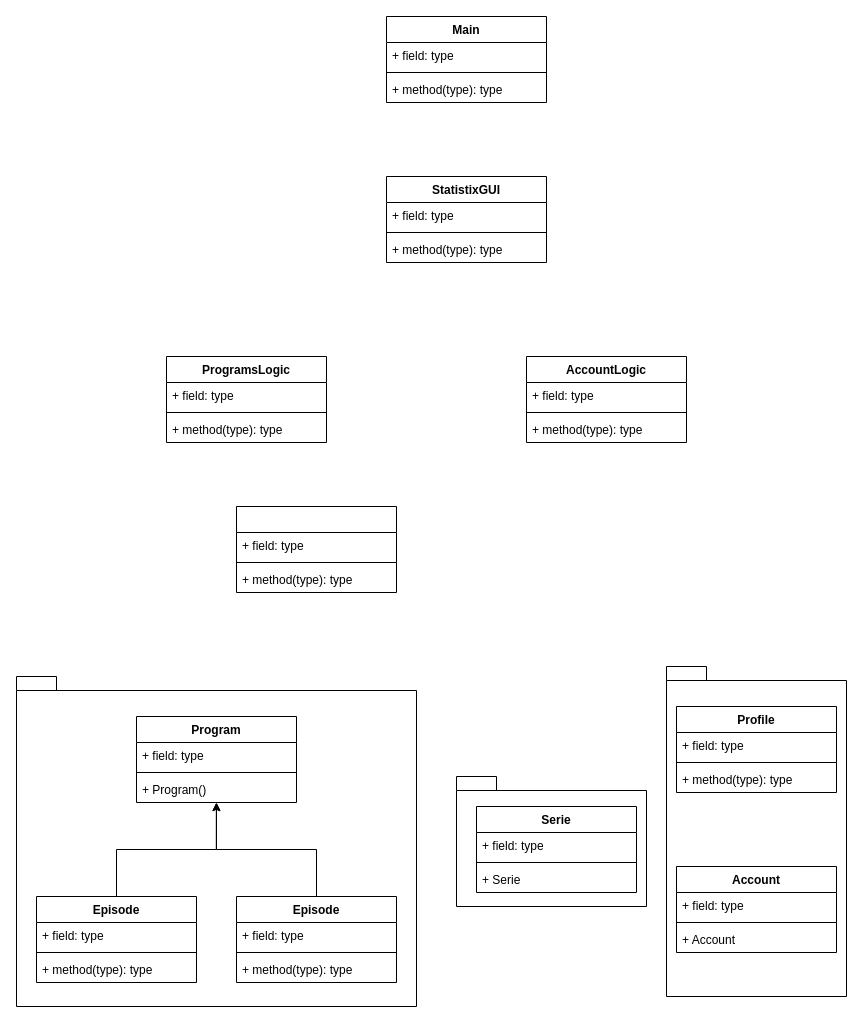
Above: Netflix Statistix ERD & UML/Netflix Statistix UML.drawio in GreenAtmoz/Informatica-Year-1.2-Netflix-Statistix (draw.io), before the change. Source tidied: cells renumbered, new cells numbered last; positions are measured from the earlier drawing's top-left corner, leaving out a move shared by most shapes. Both pictures are drawn from the tidied source at 100%, with x=0, y=0 at pixel (16, 16).
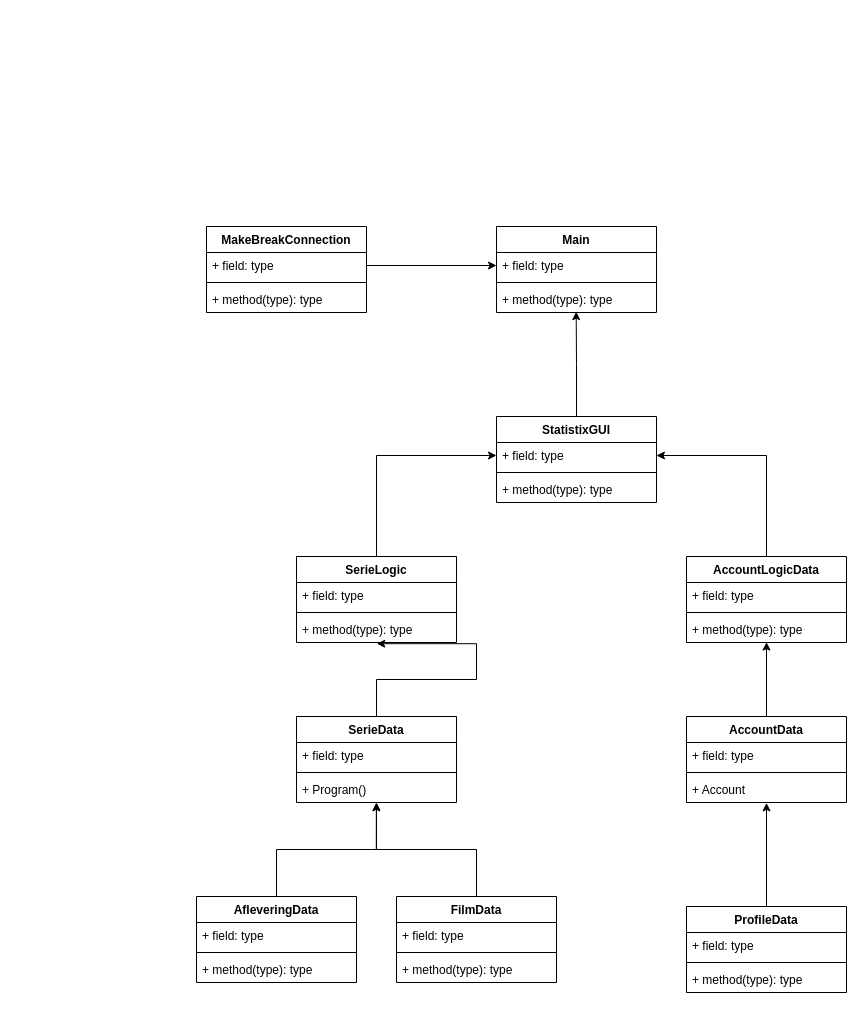
The same diagram, later.

The change refers to these unchanged cells:
```xml
<mxCell id="4" value="+ field: type" style="text;strokeColor=none;fillColor=none;align=left;verticalAlign=top;spacingLeft=4;spacingRight=4;overflow=hidden;points=[[0,0.5],[1,0.5]];portConstraint=eastwest;" parent="3" vertex="1">
  <mxGeometry y="26" width="160" height="26" as="geometry" />
</mxCell>
<mxCell id="11" value="+ method(type): type" style="text;strokeColor=none;fillColor=none;align=left;verticalAlign=top;spacingLeft=4;spacingRight=4;overflow=hidden;points=[[0,0.5],[1,0.5]];portConstraint=eastwest;" parent="8" vertex="1">
  <mxGeometry y="60" width="160" height="26" as="geometry" />
</mxCell>
<mxCell id="15" value="+ method(type): type" style="text;strokeColor=none;fillColor=none;align=left;verticalAlign=top;spacingLeft=4;spacingRight=4;overflow=hidden;points=[[0,0.5],[1,0.5]];portConstraint=eastwest;" parent="12" vertex="1">
  <mxGeometry y="60" width="160" height="26" as="geometry" />
</mxCell>
<mxCell id="28" value="+ Account" style="text;strokeColor=none;fillColor=none;align=left;verticalAlign=top;spacingLeft=4;spacingRight=4;overflow=hidden;points=[[0,0.5],[1,0.5]];portConstraint=eastwest;" parent="25" vertex="1">
  <mxGeometry y="60" width="160" height="26" as="geometry" />
</mxCell>
<mxCell id="39" value="+ field: type" style="text;strokeColor=none;fillColor=none;align=left;verticalAlign=top;spacingLeft=4;spacingRight=4;overflow=hidden;points=[[0,0.5],[1,0.5]];portConstraint=eastwest;" parent="38" vertex="1">
  <mxGeometry y="26" width="160" height="26" as="geometry" />
</mxCell>
<mxCell id="41" value="+ method(type): type" style="text;strokeColor=none;fillColor=none;align=left;verticalAlign=top;spacingLeft=4;spacingRight=4;overflow=hidden;points=[[0,0.5],[1,0.5]];portConstraint=eastwest;" parent="38" vertex="1">
  <mxGeometry y="60" width="160" height="26" as="geometry" />
</mxCell>
```

The edit, as a diff of the source:
```diff
@@
-    <mxCell id="2" style="shape=folder;fontStyle=1;spacingTop=10;tabWidth=40;tabHeight=14;tabPosition=left;html=1;" parent="1" vertex="1">
-      <mxGeometry y="660" width="400" height="330" as="geometry" />
-    </mxCell>
+    <mxCell id="51" style="edgeStyle=orthogonalEdgeStyle;rounded=0;jettySize=auto;html=1;exitX=0.5;exitY=0;exitDx=0;exitDy=0;entryX=0.498;entryY=0.969;entryDx=0;entryDy=0;entryPerimeter=0;" parent="1" edge="1" source="3" target="41">
+      <mxGeometry relative="1" as="geometry" />
+    </mxCell>
     <mxCell id="3" value="StatistixGUI" style="swimlane;fontStyle=1;align=center;verticalAlign=top;horizontal=1;startSize=26;" parent="1" vertex="1">
-      <mxGeometry x="370" y="160" width="160" height="86" as="geometry" />
+      <mxGeometry x="480" y="400" width="160" height="86" as="geometry" />
     </mxCell>
@@
-    <mxCell id="7" style="shape=folder;fontStyle=1;spacingTop=10;tabWidth=40;tabHeight=14;tabPosition=left;html=1;" parent="1" vertex="1">
-      <mxGeometry x="650" y="650" width="180" height="330" as="geometry" />
-    </mxCell>
+    <mxCell id="52" style="edgeStyle=orthogonalEdgeStyle;rounded=0;jettySize=auto;html=1;exitX=0.5;exitY=0;exitDx=0;exitDy=0;entryX=1;entryY=0.5;entryDx=0;entryDy=0;" parent="1" edge="1" source="8" target="4">
+      <mxGeometry relative="1" as="geometry" />
+    </mxCell>
-    <mxCell id="8" value="AccountLogic" style="swimlane;fontStyle=1;align=center;verticalAlign=top;horizontal=1;startSize=26;" parent="1" vertex="1">
-      <mxGeometry x="510" y="340" width="160" height="86" as="geometry" />
+    <mxCell id="8" value="AccountLogicData" style="swimlane;fontStyle=1;align=center;verticalAlign=top;horizontal=1;startSize=26;" parent="1" vertex="1">
+      <mxGeometry x="670" y="540" width="160" height="86" as="geometry" />
     </mxCell>
@@
+    <mxCell id="53" style="edgeStyle=orthogonalEdgeStyle;rounded=0;jettySize=auto;html=1;exitX=0.5;exitY=0;exitDx=0;exitDy=0;entryX=0;entryY=0.5;entryDx=0;entryDy=0;" parent="1" edge="1" source="12" target="4">
+      <mxGeometry relative="1" as="geometry" />
+    </mxCell>
-    <mxCell id="12" value="ProgramsLogic" style="swimlane;fontStyle=1;align=center;verticalAlign=top;horizontal=1;startSize=26;" parent="1" vertex="1">
-      <mxGeometry x="150" y="340" width="160" height="86" as="geometry" />
+    <mxCell id="12" value="SerieLogic" style="swimlane;fontStyle=1;align=center;verticalAlign=top;horizontal=1;startSize=26;" parent="1" vertex="1">
+      <mxGeometry x="280" y="540" width="160" height="86" as="geometry" />
     </mxCell>
@@
+    <mxCell id="54" style="edgeStyle=orthogonalEdgeStyle;rounded=0;jettySize=auto;html=1;exitX=0.5;exitY=0;exitDx=0;exitDy=0;entryX=0.502;entryY=1.046;entryDx=0;entryDy=0;entryPerimeter=0;" parent="1" edge="1" source="16" target="15">
+      <mxGeometry relative="1" as="geometry" />
+    </mxCell>
-    <mxCell id="16" value="Program" style="swimlane;fontStyle=1;align=center;verticalAlign=top;horizontal=1;startSize=26;" parent="1" vertex="1">
-      <mxGeometry x="120" y="700" width="160" height="86" as="geometry" />
+    <mxCell id="16" value="SerieData" style="swimlane;fontStyle=1;align=center;verticalAlign=top;horizontal=1;startSize=26;" parent="1" vertex="1">
+      <mxGeometry x="280" y="700" width="160" height="86" as="geometry" />
     </mxCell>
@@
-    <mxCell id="21" value="Episode" style="swimlane;fontStyle=1;align=center;verticalAlign=top;horizontal=1;startSize=26;" parent="1" vertex="1">
-      <mxGeometry x="20" y="880" width="160" height="86" as="geometry" />
+    <mxCell id="21" value="AfleveringData" style="swimlane;fontStyle=1;align=center;verticalAlign=top;horizontal=1;startSize=26;" parent="1" vertex="1">
+      <mxGeometry x="180" y="880" width="160" height="86" as="geometry" />
     </mxCell>
@@
+    <mxCell id="55" style="edgeStyle=orthogonalEdgeStyle;rounded=0;jettySize=auto;html=1;exitX=0.5;exitY=0;exitDx=0;exitDy=0;entryX=0.5;entryY=0.985;entryDx=0;entryDy=0;entryPerimeter=0;" parent="1" edge="1" source="25" target="11">
+      <mxGeometry relative="1" as="geometry" />
+    </mxCell>
-    <mxCell id="25" value="Account" style="swimlane;fontStyle=1;align=center;verticalAlign=top;horizontal=1;startSize=26;" parent="1" vertex="1">
-      <mxGeometry x="660" y="850" width="160" height="86" as="geometry" />
+    <mxCell id="25" value="AccountData" style="swimlane;fontStyle=1;align=center;verticalAlign=top;horizontal=1;startSize=26;" parent="1" vertex="1">
+      <mxGeometry x="670" y="700" width="160" height="86" as="geometry" />
     </mxCell>
@@
+    <mxCell id="56" style="edgeStyle=orthogonalEdgeStyle;rounded=0;jettySize=auto;html=1;exitX=0.5;exitY=0;exitDx=0;exitDy=0;entryX=0.5;entryY=1.015;entryDx=0;entryDy=0;entryPerimeter=0;" parent="1" edge="1" source="29" target="28">
+      <mxGeometry relative="1" as="geometry" />
+    </mxCell>
-    <mxCell id="29" value="Profile" style="swimlane;fontStyle=1;align=center;verticalAlign=top;horizontal=1;startSize=26;" parent="1" vertex="1">
-      <mxGeometry x="660" y="690" width="160" height="86" as="geometry" />
+    <mxCell id="29" value="ProfileData" style="swimlane;fontStyle=1;align=center;verticalAlign=top;horizontal=1;startSize=26;" parent="1" vertex="1">
+      <mxGeometry x="670" y="890" width="160" height="86" as="geometry" />
     </mxCell>
@@
-    <mxCell id="33" style="shape=folder;fontStyle=1;spacingTop=10;tabWidth=40;tabHeight=14;tabPosition=left;html=1;" parent="1" vertex="1">
-      <mxGeometry x="440" y="760" width="190" height="130" as="geometry" />
-    </mxCell>
-    <mxCell id="34" value="Serie" style="swimlane;fontStyle=1;align=center;verticalAlign=top;horizontal=1;startSize=26;" parent="1" vertex="1">
-      <mxGeometry x="460" y="790" width="160" height="86" as="geometry" />
-    </mxCell>
-    <mxCell id="35" value="+ field: type" style="text;strokeColor=none;fillColor=none;align=left;verticalAlign=top;spacingLeft=4;spacingRight=4;overflow=hidden;" parent="34" vertex="1">
-      <mxGeometry y="26" width="160" height="26" as="geometry" />
-    </mxCell>
-    <mxCell id="36" style="line;strokeWidth=1;fillColor=none;align=left;verticalAlign=middle;spacingTop=-1;spacingLeft=3;spacingRight=3;labelPosition=right;" parent="34" vertex="1">
-      <mxGeometry y="52" width="160" height="8" as="geometry" />
-    </mxCell>
-    <mxCell id="37" value="+ Serie" style="text;strokeColor=none;fillColor=none;align=left;verticalAlign=top;spacingLeft=4;spacingRight=4;overflow=hidden;" parent="34" vertex="1">
-      <mxGeometry y="60" width="160" height="26" as="geometry" />
-    </mxCell>
     <mxCell id="38" value="Main" style="swimlane;fontStyle=1;align=center;verticalAlign=top;horizontal=1;startSize=26;" parent="1" vertex="1">
-      <mxGeometry x="370" width="160" height="86" as="geometry" />
+      <mxGeometry x="480" y="210" width="160" height="86" as="geometry" />
     </mxCell>
@@
-    <mxCell id="42" style="swimlane;fontStyle=1;align=center;verticalAlign=top;horizontal=1;startSize=26;" parent="1" vertex="1">
-      <mxGeometry x="220" y="490" width="160" height="86" as="geometry" />
-    </mxCell>
-    <mxCell id="43" value="+ field: type" style="text;strokeColor=none;fillColor=none;align=left;verticalAlign=top;spacingLeft=4;spacingRight=4;overflow=hidden;" parent="42" vertex="1">
-      <mxGeometry y="26" width="160" height="26" as="geometry" />
-    </mxCell>
-    <mxCell id="44" style="line;strokeWidth=1;fillColor=none;align=left;verticalAlign=middle;spacingTop=-1;spacingLeft=3;spacingRight=3;labelPosition=right;" parent="42" vertex="1">
-      <mxGeometry y="52" width="160" height="8" as="geometry" />
-    </mxCell>
-    <mxCell id="45" value="+ method(type): type" style="text;strokeColor=none;fillColor=none;align=left;verticalAlign=top;spacingLeft=4;spacingRight=4;overflow=hidden;" parent="42" vertex="1">
-      <mxGeometry y="60" width="160" height="26" as="geometry" />
-    </mxCell>
@@
-    <mxCell id="47" value="Episode" style="swimlane;fontStyle=1;align=center;verticalAlign=top;horizontal=1;startSize=26;" parent="1" vertex="1">
-      <mxGeometry x="220" y="880" width="160" height="86" as="geometry" />
+    <mxCell id="47" value="FilmData" style="swimlane;fontStyle=1;align=center;verticalAlign=top;horizontal=1;startSize=26;" parent="1" vertex="1">
+      <mxGeometry x="380" y="880" width="160" height="86" as="geometry" />
     </mxCell>
@@
+    <mxCell id="57" value="MakeBreakConnection" style="swimlane;fontStyle=1;align=center;verticalAlign=top;horizontal=1;startSize=26;" parent="1" vertex="1">
+      <mxGeometry x="190" y="210" width="160" height="86" as="geometry" />
+    </mxCell>
+    <mxCell id="58" value="+ field: type" style="text;strokeColor=none;fillColor=none;align=left;verticalAlign=top;spacingLeft=4;spacingRight=4;overflow=hidden;points=[[0,0.5],[1,0.5]];portConstraint=eastwest;" parent="57" vertex="1">
+      <mxGeometry y="26" width="160" height="26" as="geometry" />
+    </mxCell>
+    <mxCell id="59" style="line;strokeWidth=1;fillColor=none;align=left;verticalAlign=middle;spacingTop=-1;spacingLeft=3;spacingRight=3;labelPosition=right;" parent="57" vertex="1">
+      <mxGeometry y="52" width="160" height="8" as="geometry" />
+    </mxCell>
+    <mxCell id="45" value="+ method(type): type" style="text;strokeColor=none;fillColor=none;align=left;verticalAlign=top;spacingLeft=4;spacingRight=4;overflow=hidden;" parent="57" vertex="1">
+      <mxGeometry y="60" width="160" height="26" as="geometry" />
+    </mxCell>
+    <mxCell id="60" style="edgeStyle=orthogonalEdgeStyle;rounded=0;jettySize=auto;html=1;exitX=1;exitY=0.5;exitDx=0;exitDy=0;entryX=0;entryY=0.5;entryDx=0;entryDy=0;" parent="1" edge="1" source="58" target="39">
+      <mxGeometry relative="1" as="geometry" />
+    </mxCell>
```
